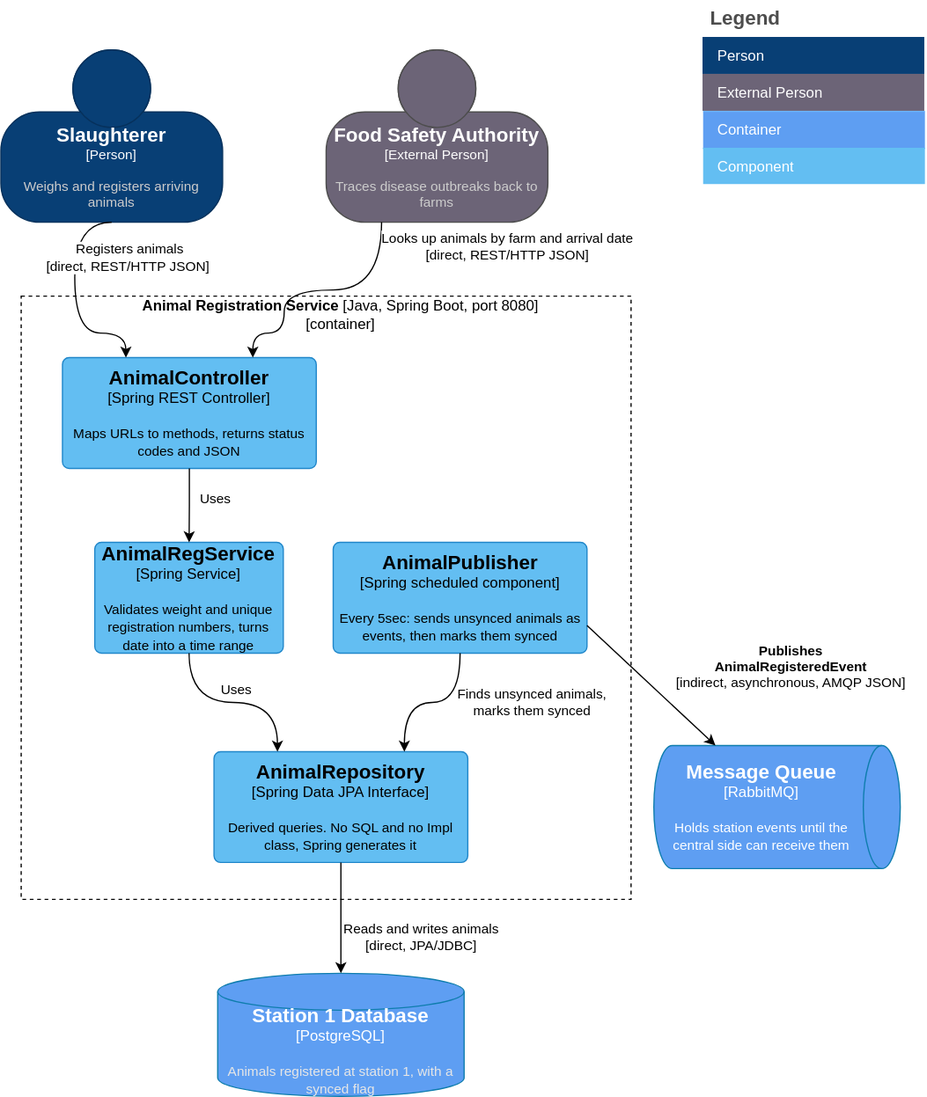
Above: documentation/DSY_C3_AnimalRegistrationService.drawio.svg in mforbeskr/DSY_Project (draw.io), before the change. Source tidied: cells renumbered, new cells last; positions are measured from the earlier drawing's top-left corner, leaving out a move shared by most shapes.
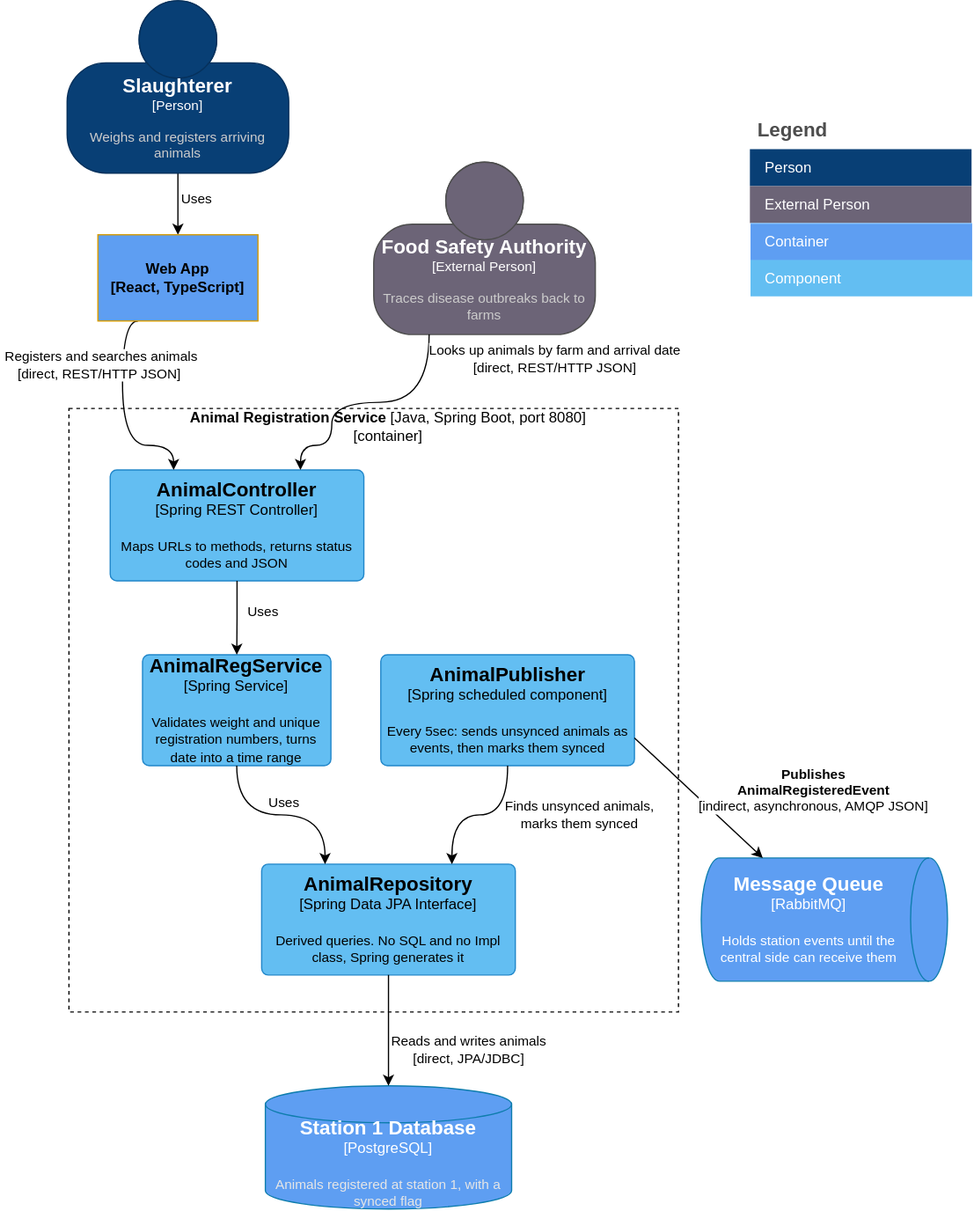
Later version of the same file.

Change to the diagram source:
```diff
@@ -8,9 +8,17 @@
     <mxCell id="3" value="Animal Registration Service &lt;span style=&quot;font-weight: normal;&quot;&gt;[Java, Spring Boot, port 8080]&lt;br&gt;[container]&lt;/span&gt;" style="text;html=1;whiteSpace=wrap;strokeColor=none;fillColor=none;align=center;verticalAlign=middle;rounded=0;fontStyle=1;" parent="1" vertex="1">
       <mxGeometry x="102" y="240" width="348" height="30" as="geometry" />
     </mxCell>
+    <mxCell id="35" style="edgeStyle=orthogonalEdgeStyle;rounded=0;jettySize=auto;html=1;exitX=0.5;exitY=1;exitDx=0;exitDy=0;exitPerimeter=0;defaultLabelBackgroundColor=page;" parent="1" edge="1" source="4" target="37">
+      <mxGeometry relative="1" as="geometry" />
+    </mxCell>
+    <mxCell id="36" value="Uses" style="edgeLabel;html=1;align=center;verticalAlign=middle;inheritText=1;defaultLabelBackgroundColor=page;" parent="35" vertex="1">
+      <mxGeometry x="-0.19" y="2" relative="1" as="geometry">
+        <mxPoint x="12" as="offset" />
+      </mxGeometry>
+    </mxCell>
     <object id="4" label="&lt;font style=&quot;font-size: 16px&quot;&gt;&lt;b&gt;%c4Name%&lt;/b&gt;&lt;/font&gt;&lt;div&gt;[%c4Type%]&lt;/div&gt;&lt;br&gt;&lt;div&gt;&lt;font style=&quot;font-size: 11px&quot;&gt;&lt;font color=&quot;#cccccc&quot;&gt;%c4Description%&lt;/font&gt;&lt;/div&gt;" c4Description="Weighs and registers arriving animals" c4Name="Slaughterer" c4Type="Person" placeholders="1">
       <mxCell style="html=1;fontSize=11;dashed=0;whiteSpace=wrap;fillColor=#083F75;strokeColor=#06315C;fontColor=#ffffff;shape=mxgraph.c4.person2;align=center;points=[[0.5,0,0],[1,0.5,0],[1,0.75,0],[0.75,1,0],[0.5,1,0],[0.25,1,0],[0,0.75,0],[0,0.5,0]];" parent="1" vertex="1">
-        <mxGeometry y="40" width="180" height="140" as="geometry" />
+        <mxGeometry x="15" y="-91" width="180" height="140" as="geometry" />
       </mxCell>
     </object>
     <object id="5" label="&lt;font style=&quot;font-size: 16px&quot;&gt;&lt;b&gt;%c4Name%&lt;/b&gt;&lt;/font&gt;&lt;div&gt;[%c4Technology%]&lt;/div&gt;&lt;br&gt;&lt;div&gt;&lt;font style=&quot;font-size: 11px&quot;&gt;%c4Description%&lt;/font&gt;&lt;/div&gt;" c4Description="Validates weight and unique registration numbers, turns date into a time range" c4Name="AnimalRegService" c4Technology="Spring Service" c4Type="" placeholders="1">
@@ -77,21 +85,21 @@
     </mxCell>
     <mxCell id="19" value="&lt;b&gt;Publishes&lt;br&gt;AnimalRegisteredEvent&lt;br&gt;&lt;/b&gt;[indirect, asynchronous, AMQP JSON]" style="edgeLabel;html=1;align=center;verticalAlign=middle;inheritText=1;defaultLabelBackgroundColor=page;" parent="18" vertex="1">
       <mxGeometry x="0.37" relative="1" as="geometry">
-        <mxPoint x="93" y="-34" as="offset" />
+        <mxPoint x="73" y="-25" as="offset" />
       </mxGeometry>
     </mxCell>
-    <mxCell id="20" style="edgeStyle=orthogonalEdgeStyle;rounded=0;jettySize=auto;html=1;exitX=0.5;exitY=1;exitDx=0;exitDy=0;exitPerimeter=0;defaultLabelBackgroundColor=page;curved=1;curveGeometry=1;entryX=0.25;entryY=0;entryDx=0;entryDy=0;entryPerimeter=0;" parent="1" edge="1" source="4" target="6">
-      <mxGeometry x="-0.01" relative="1" as="geometry">
+    <mxCell id="20" style="edgeStyle=orthogonalEdgeStyle;rounded=0;jettySize=auto;html=1;defaultLabelBackgroundColor=page;curved=1;curveGeometry=1;entryX=0.25;entryY=0;entryDx=0;entryDy=0;entryPerimeter=0;exitX=0.25;exitY=1;exitDx=0;exitDy=0;" parent="1" edge="1" source="37" target="6">
+      <mxGeometry x="-0.19" relative="1" as="geometry">
         <Array as="points">
-          <mxPoint x="60" y="180" />
+          <mxPoint x="60" y="169" />
           <mxPoint x="60" y="270" />
           <mxPoint x="101.5" y="270" />
         </Array>
       </mxGeometry>
     </mxCell>
-    <mxCell id="21" value="&amp;nbsp;Registers animals&lt;br&gt;[direct, REST/HTTP JSON]" style="edgeLabel;html=1;align=center;verticalAlign=middle;inheritText=1;defaultLabelBackgroundColor=page;" parent="20" vertex="1">
-      <mxGeometry x="-0.31" y="-2" relative="1" as="geometry">
-        <mxPoint x="44" y="-6" as="offset" />
+    <mxCell id="21" value="&amp;nbsp;Registers and searches animals&lt;br&gt;[direct, REST/HTTP JSON]" style="edgeLabel;html=1;align=center;verticalAlign=middle;inheritText=1;defaultLabelBackgroundColor=page;" parent="20" vertex="1">
+      <mxGeometry x="-0.36" y="-2" relative="1" as="geometry">
+        <mxPoint x="-18" y="-8" as="offset" />
       </mxGeometry>
     </mxCell>
     <mxCell id="22" style="edgeStyle=orthogonalEdgeStyle;rounded=0;jettySize=auto;html=1;exitX=0.25;exitY=1;exitDx=0;exitDy=0;exitPerimeter=0;entryX=0.75;entryY=0;entryDx=0;entryDy=0;entryPerimeter=0;defaultLabelBackgroundColor=page;curved=1;curveGeometry=1;" parent="1" edge="1" source="8" target="6">
@@ -144,5 +152,8 @@
     <mxCell id="34" value="Component" style="shape=partialRectangle;html=1;whiteSpace=wrap;strokeColor=#63BEF2;overflow=hidden;fillColor=#63BEF2;top=0;left=0;bottom=0;right=0;fontSize=12;align=left;fontColor=#FFFFFF;gradientColor=none;spacingLeft=10;spacingRight=4;" parent="33" vertex="1">
       <mxGeometry width="180" height="29" as="geometry" />
     </mxCell>
+    <mxCell id="37" value="&lt;b&gt;Web App &lt;br&gt;[React, TypeScript]&lt;/b&gt;" style="rounded=0;whiteSpace=wrap;html=1;fillColor=#5E9EF2;strokeColor=#d79b00;" parent="1" vertex="1">
+      <mxGeometry x="40" y="99" width="130" height="70" as="geometry" />
+    </mxCell>
   </root>
 </mxGraphModel>
```
